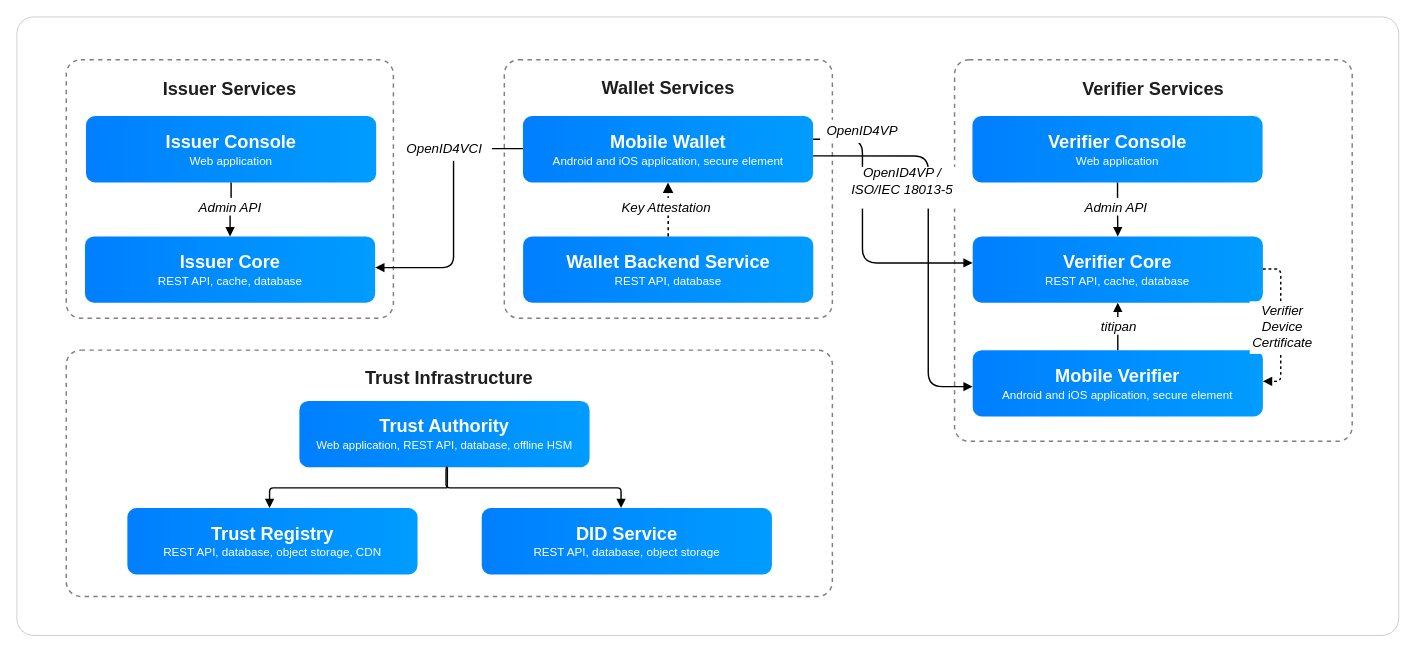
This is images/architecture-framework/high-level-architecture/module-map.drawio from id-verifiable-credential-dev/id-doc-idctf, a draw.io file, before an edit. Source tidied: cells renumbered, new cells numbered last; positions are measured from the earlier drawing's top-left corner, leaving out a move shared by most shapes. Both pictures are drawn from the tidied source at 94%, with x=0, y=0 at pixel (17, 17).
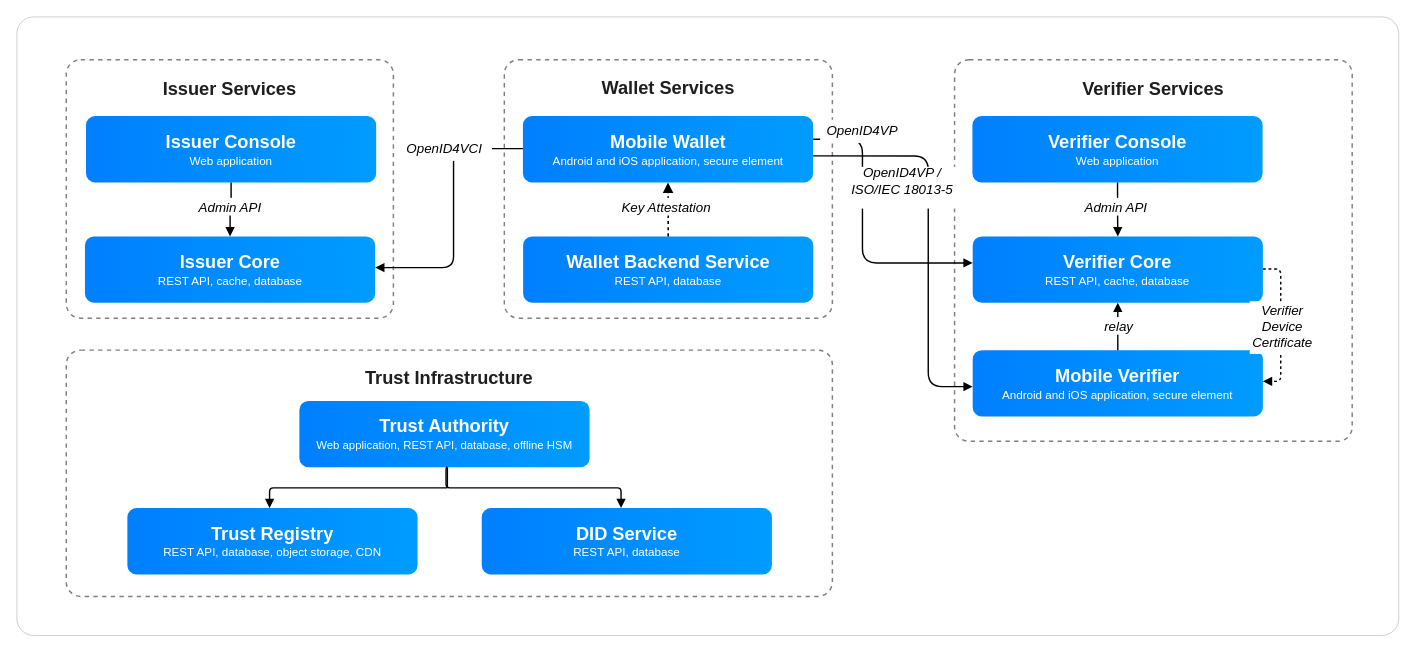
The same page after the edit.

What changed in the source:
```diff
@@
-    <mxCell id="16" value="&lt;div style=&quot;font-size:19.35px;line-height:1.2;font-weight:bold;&quot;&gt;DID Service&lt;/div&gt;&lt;div style=&quot;font-size:12.4px;line-height:1.2;margin-top:1.91px;&quot;&gt;REST API, database, object storage&lt;/div&gt;" style="rounded=1;absoluteArcSize=1;arcSize=19.38;fillColor=#007FFF;gradientColor=#009CFF;gradientDirection=east;strokeColor=none;whiteSpace=wrap;html=1;fontSize=19.35;fontColor=#FFFFFF;align=center;verticalAlign=middle;spacing=0;spacingTop=0;spacingBottom=1.61;fontFamily=Helvetica;" parent="1" vertex="1">
+    <mxCell id="16" value="&lt;div style=&quot;font-size:19.35px;line-height:1.2;font-weight:bold;&quot;&gt;DID Service&lt;/div&gt;&lt;div style=&quot;font-size:12.4px;line-height:1.2;margin-top:1.91px;&quot;&gt;REST API, database&lt;/div&gt;" style="rounded=1;absoluteArcSize=1;arcSize=19.38;fillColor=#007FFF;gradientColor=#009CFF;gradientDirection=east;strokeColor=none;whiteSpace=wrap;html=1;fontSize=19.35;fontColor=#FFFFFF;align=center;verticalAlign=middle;spacing=0;spacingTop=0;spacingBottom=1.61;fontFamily=Helvetica;" parent="1" vertex="1">
       <mxGeometry x="494" y="522" width="308.7" height="70.6" as="geometry" />
     </mxCell>
@@
-    <mxCell id="33" value="titipan" style="text;html=1;whiteSpace=wrap;fillColor=#FFFFFF;strokeColor=none;align=center;verticalAlign=middle;fontSize=14.2;fontStyle=2;fontColor=#000000;spacing=0;spacingTop=2.46;spacingBottom=0;fontFamily=Helvetica;" parent="1" vertex="1">
+    <mxCell id="33" value="relay" style="text;html=1;whiteSpace=wrap;fillColor=#FFFFFF;strokeColor=none;align=center;verticalAlign=middle;fontSize=14.2;fontStyle=2;fontColor=#000000;spacing=0;spacingTop=2.46;spacingBottom=0;fontFamily=Helvetica;" parent="1" vertex="1">
       <mxGeometry x="1125.1" y="318.8" width="93.9" height="18.8" as="geometry" />
     </mxCell>
```
